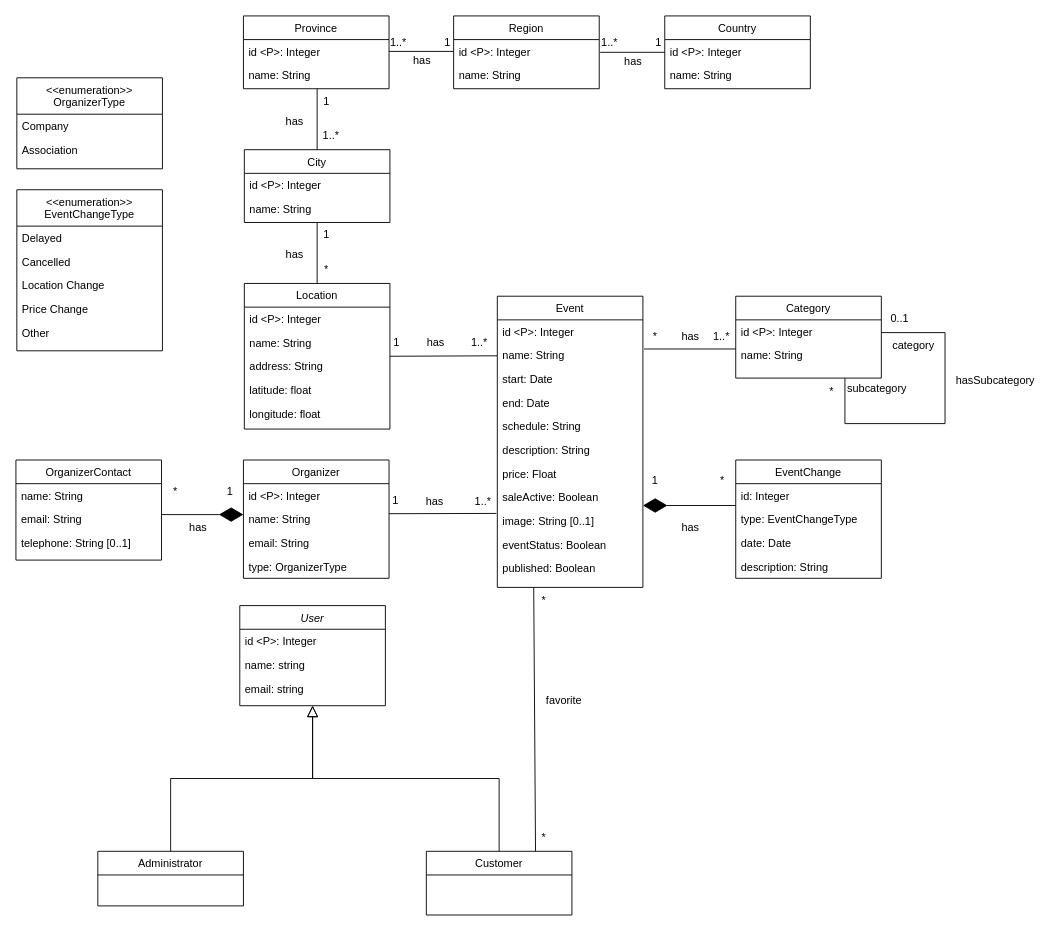
Earlier version of the draw.io diagram conceptual-diagram.drawio (danielpilot/event-database). Source tidied: cells renumbered, new cells numbered last; positions are measured from the earlier drawing's top-left corner, leaving out a move shared by most shapes. Both pictures are drawn from the tidied source at 91%, with x=0, y=0 at pixel (15, 15).
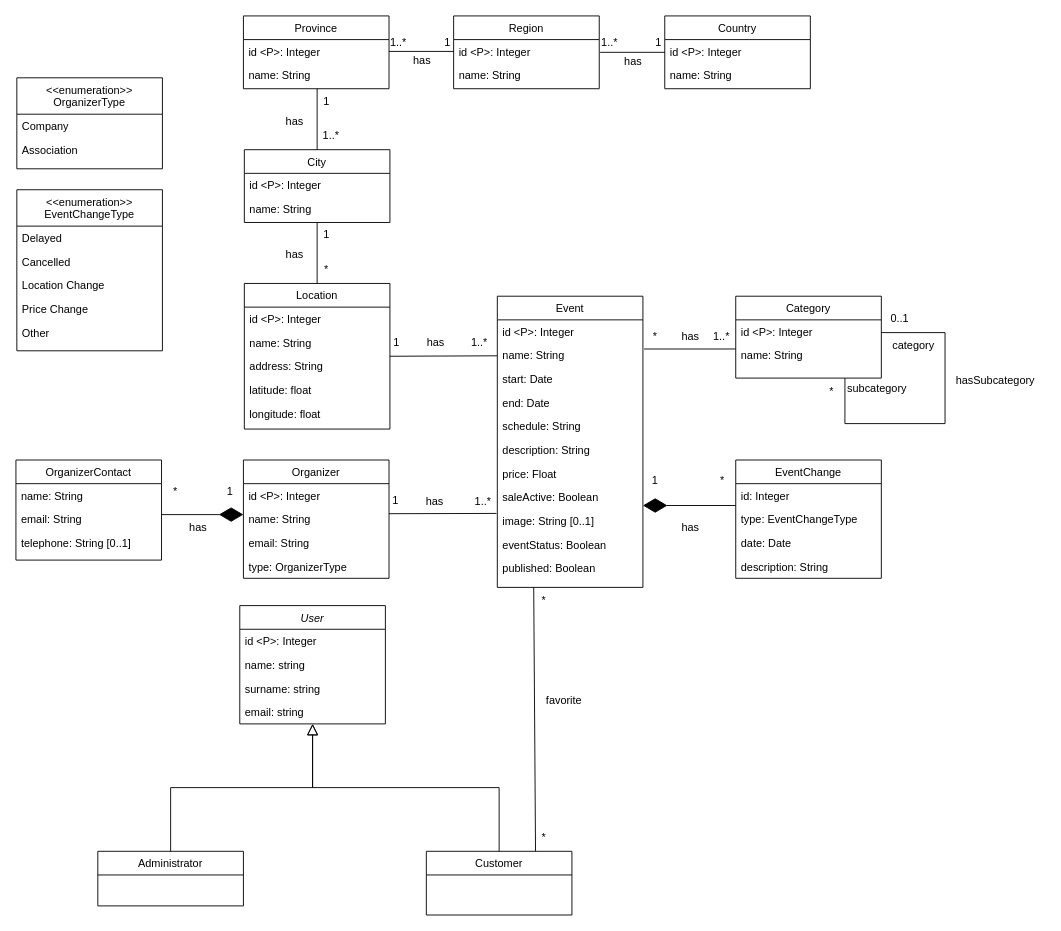
The same diagram, later.

Commit message:
Add surname to user

Change to the diagram source:
```diff
@@
     <mxCell id="2" value="User" style="swimlane;fontStyle=2;align=center;verticalAlign=top;horizontal=1;startSize=26;rounded=0;shadow=0;strokeWidth=1;" parent="1" vertex="1">
-      <mxGeometry x="246" y="648" width="160" height="110" as="geometry" />
+      <mxGeometry x="246" y="648" width="160" height="130" as="geometry" />
     </mxCell>
@@
+    <mxCell id="115" value="surname: string" style="text;align=left;verticalAlign=top;spacingLeft=4;spacingRight=4;overflow=hidden;rounded=0;shadow=0;html=0;" parent="2" vertex="1">
+      <mxGeometry y="78" width="160" height="26" as="geometry" />
+    </mxCell>
     <mxCell id="5" value="email: string" style="text;align=left;verticalAlign=top;spacingLeft=4;spacingRight=4;overflow=hidden;rounded=0;shadow=0;html=0;" parent="2" vertex="1">
-      <mxGeometry y="78" width="160" height="26" as="geometry" />
+      <mxGeometry y="104" width="160" height="26" as="geometry" />
     </mxCell>
```
